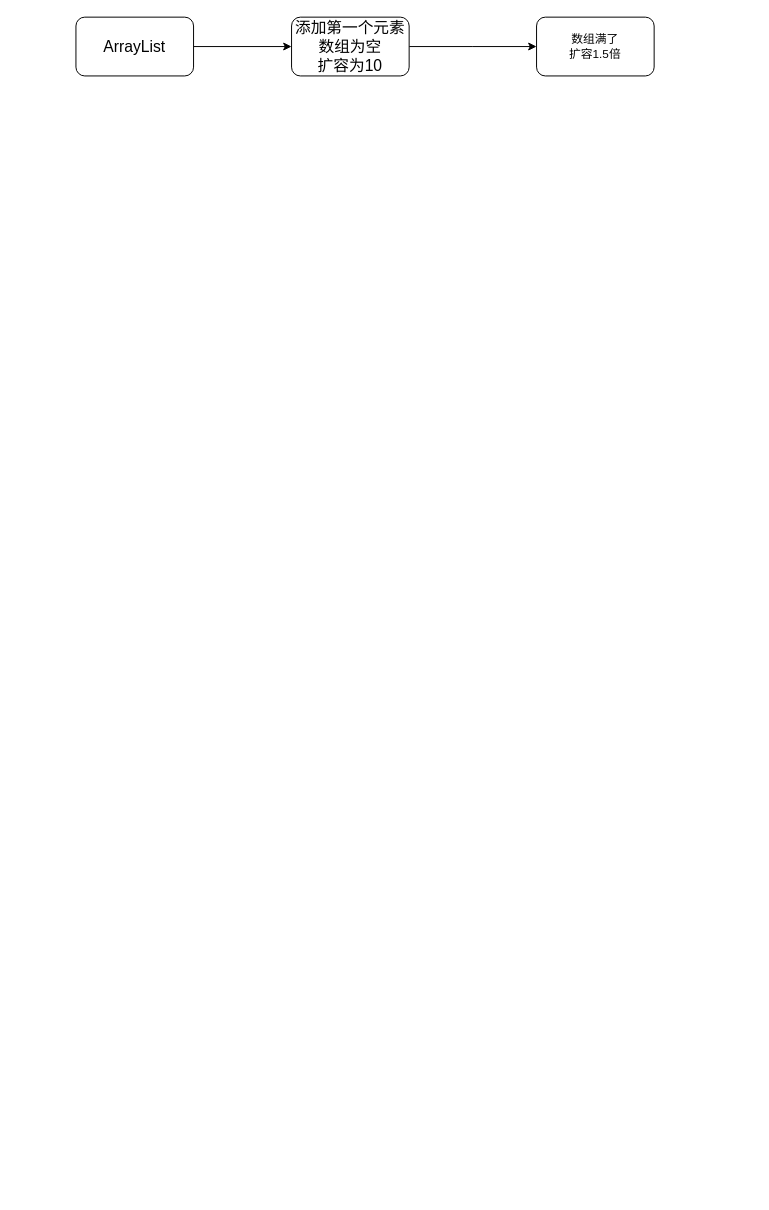
The draw.io diagram Java.drawio in 1155200424/diagrams, before the edit. Source tidied: cells renumbered, new cells numbered last; positions are measured from the earlier drawing's top-left corner, leaving out a move shared by most shapes. Both pictures are drawn from the tidied source at 98%, with x=0, y=0 at pixel (75, 17).
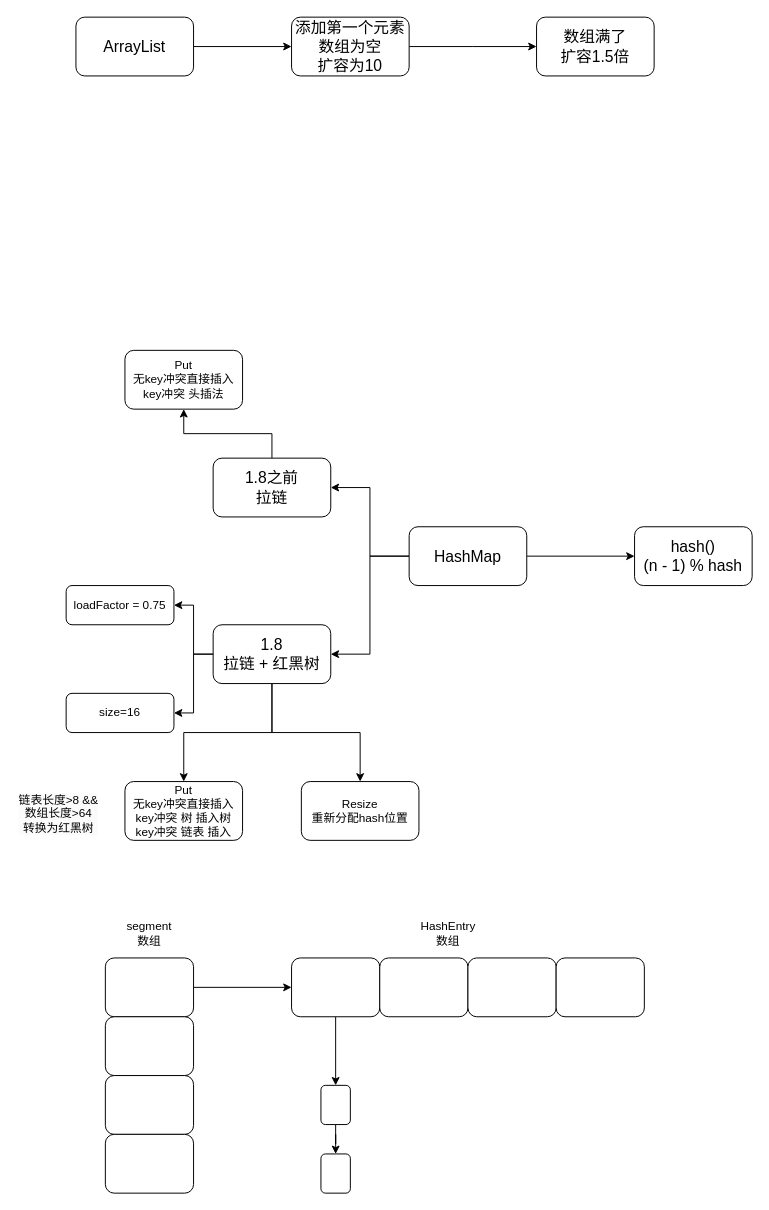
After the change.

The edit, as a diff of the source:
```diff
@@
-    <mxCell id="6" value="数组满了&lt;div&gt;扩容1.5倍&lt;/div&gt;" style="rounded=1;whiteSpace=wrap;html=1;" parent="1" vertex="1">
+    <mxCell id="6" value="数组满了&lt;div style=&quot;font-size: 16px;&quot;&gt;扩容1.5倍&lt;/div&gt;" style="rounded=1;whiteSpace=wrap;html=1;fontSize=16;" parent="1" vertex="1">
       <mxGeometry x="470" width="120" height="60" as="geometry" />
     </mxCell>
+    <mxCell id="7" style="edgeStyle=orthogonalEdgeStyle;rounded=0;jettySize=auto;html=1;exitX=1;exitY=0.5;exitDx=0;exitDy=0;" parent="1" edge="1" source="10" target="11">
+      <mxGeometry relative="1" as="geometry" />
+    </mxCell>
+    <mxCell id="8" style="edgeStyle=orthogonalEdgeStyle;rounded=0;jettySize=auto;html=1;exitX=0;exitY=0.5;exitDx=0;exitDy=0;entryX=1;entryY=0.5;entryDx=0;entryDy=0;" parent="1" edge="1" source="10" target="13">
+      <mxGeometry relative="1" as="geometry" />
+    </mxCell>
+    <mxCell id="9" style="edgeStyle=orthogonalEdgeStyle;rounded=0;jettySize=auto;html=1;exitX=0;exitY=0.5;exitDx=0;exitDy=0;entryX=1;entryY=0.5;entryDx=0;entryDy=0;" parent="1" edge="1" source="10" target="18">
+      <mxGeometry relative="1" as="geometry" />
+    </mxCell>
+    <mxCell id="10" value="HashMap" style="rounded=1;whiteSpace=wrap;html=1;fontSize=16;" parent="1" vertex="1">
+      <mxGeometry x="340" y="520" width="120" height="60" as="geometry" />
+    </mxCell>
+    <mxCell id="11" value="hash()&lt;div&gt;(n - 1) % hash&lt;/div&gt;" style="rounded=1;whiteSpace=wrap;html=1;fontSize=16;" parent="1" vertex="1">
+      <mxGeometry x="570" y="520" width="120" height="60" as="geometry" />
+    </mxCell>
+    <mxCell id="12" style="edgeStyle=orthogonalEdgeStyle;rounded=0;jettySize=auto;html=1;exitX=0.5;exitY=0;exitDx=0;exitDy=0;entryX=0.5;entryY=1;entryDx=0;entryDy=0;" parent="1" edge="1" source="13" target="22">
+      <mxGeometry relative="1" as="geometry" />
+    </mxCell>
+    <mxCell id="13" value="&lt;div style=&quot;font-size: 16px;&quot;&gt;1.8之前&lt;/div&gt;拉链" style="rounded=1;whiteSpace=wrap;html=1;fontSize=16;" parent="1" vertex="1">
+      <mxGeometry x="140" y="450" width="120" height="60" as="geometry" />
+    </mxCell>
+    <mxCell id="14" style="edgeStyle=orthogonalEdgeStyle;rounded=0;jettySize=auto;html=1;exitX=0;exitY=0.5;exitDx=0;exitDy=0;entryX=1;entryY=0.5;entryDx=0;entryDy=0;" parent="1" edge="1" source="18" target="19">
+      <mxGeometry relative="1" as="geometry" />
+    </mxCell>
+    <mxCell id="15" style="edgeStyle=orthogonalEdgeStyle;rounded=0;jettySize=auto;html=1;exitX=0;exitY=0.5;exitDx=0;exitDy=0;entryX=1;entryY=0.5;entryDx=0;entryDy=0;" parent="1" edge="1" source="18" target="20">
+      <mxGeometry relative="1" as="geometry" />
+    </mxCell>
+    <mxCell id="16" style="edgeStyle=orthogonalEdgeStyle;rounded=0;jettySize=auto;html=1;exitX=0.5;exitY=1;exitDx=0;exitDy=0;entryX=0.5;entryY=0;entryDx=0;entryDy=0;" parent="1" edge="1" source="18" target="21">
+      <mxGeometry relative="1" as="geometry" />
+    </mxCell>
+    <mxCell id="17" style="edgeStyle=orthogonalEdgeStyle;rounded=0;jettySize=auto;html=1;exitX=0.5;exitY=1;exitDx=0;exitDy=0;" parent="1" edge="1" source="18" target="23">
+      <mxGeometry relative="1" as="geometry" />
+    </mxCell>
+    <mxCell id="18" value="&lt;div style=&quot;font-size: 16px;&quot;&gt;1.8&lt;/div&gt;拉链 + 红黑树" style="rounded=1;whiteSpace=wrap;html=1;fontSize=16;" parent="1" vertex="1">
+      <mxGeometry x="140" y="620" width="120" height="60" as="geometry" />
+    </mxCell>
+    <mxCell id="19" value="loadFactor = 0.75" style="rounded=1;whiteSpace=wrap;html=1;" parent="1" vertex="1">
+      <mxGeometry x="-10" y="580" width="110" height="40" as="geometry" />
+    </mxCell>
+    <mxCell id="20" value="size=16" style="rounded=1;whiteSpace=wrap;html=1;" parent="1" vertex="1">
+      <mxGeometry x="-10" y="690" width="110" height="40" as="geometry" />
+    </mxCell>
+    <mxCell id="21" value="Put&lt;div style=&quot;font-size: 12px;&quot;&gt;&lt;/div&gt;&lt;div style=&quot;font-size: 12px;&quot;&gt;无key冲突直接插入&lt;/div&gt;&lt;div style=&quot;font-size: 12px;&quot;&gt;key冲突 树 插入树&lt;/div&gt;&lt;div style=&quot;font-size: 12px;&quot;&gt;key冲突 链表 插入&lt;/div&gt;" style="rounded=1;whiteSpace=wrap;html=1;fontSize=12;" parent="1" vertex="1">
+      <mxGeometry x="50" y="780" width="120" height="60" as="geometry" />
+    </mxCell>
+    <mxCell id="22" value="Put&lt;div style=&quot;font-size: 12px;&quot;&gt;&lt;/div&gt;&lt;div style=&quot;font-size: 12px;&quot;&gt;无key冲突直接插入&lt;/div&gt;&lt;div style=&quot;font-size: 12px;&quot;&gt;key冲突 头插法&lt;/div&gt;" style="rounded=1;whiteSpace=wrap;html=1;fontSize=12;" parent="1" vertex="1">
+      <mxGeometry x="50" y="340" width="120" height="60" as="geometry" />
+    </mxCell>
+    <mxCell id="23" value="&lt;div style=&quot;font-size: 12px;&quot;&gt;&lt;/div&gt;&lt;div style=&quot;font-size: 12px;&quot;&gt;Resize&lt;/div&gt;&lt;div style=&quot;font-size: 12px;&quot;&gt;重新分配hash位置&lt;/div&gt;" style="rounded=1;whiteSpace=wrap;html=1;fontSize=12;" parent="1" vertex="1">
+      <mxGeometry x="230" y="780" width="120" height="60" as="geometry" />
+    </mxCell>
+    <mxCell id="24" value="&lt;div style=&quot;color: rgb(0, 0, 0); font-family: Helvetica; font-size: 12px; font-style: normal; font-variant-ligatures: normal; font-variant-caps: normal; font-weight: 400; letter-spacing: normal; orphans: 2; text-align: center; text-indent: 0px; text-transform: none; widows: 2; word-spacing: 0px; -webkit-text-stroke-width: 0px; white-space: normal; background-color: rgb(251, 251, 251); text-decoration-thickness: initial; text-decoration-style: initial; text-decoration-color: initial;&quot;&gt;链表长度&amp;gt;8 &amp;amp;&amp;amp;&lt;/div&gt;&lt;div style=&quot;color: rgb(0, 0, 0); font-family: Helvetica; font-size: 12px; font-style: normal; font-variant-ligatures: normal; font-variant-caps: normal; font-weight: 400; letter-spacing: normal; orphans: 2; text-align: center; text-indent: 0px; text-transform: none; widows: 2; word-spacing: 0px; -webkit-text-stroke-width: 0px; white-space: normal; background-color: rgb(251, 251, 251); text-decoration-thickness: initial; text-decoration-style: initial; text-decoration-color: initial;&quot;&gt;数组长度&amp;gt;64&lt;/div&gt;&lt;div style=&quot;color: rgb(0, 0, 0); font-family: Helvetica; font-size: 12px; font-style: normal; font-variant-ligatures: normal; font-variant-caps: normal; font-weight: 400; letter-spacing: normal; orphans: 2; text-align: center; text-indent: 0px; text-transform: none; widows: 2; word-spacing: 0px; -webkit-text-stroke-width: 0px; white-space: normal; background-color: rgb(251, 251, 251); text-decoration-thickness: initial; text-decoration-style: initial; text-decoration-color: initial;&quot;&gt;转换为红黑树&lt;/div&gt;" style="text;whiteSpace=wrap;html=1;" parent="1" vertex="1">
+      <mxGeometry x="-60" y="785" width="90" height="50" as="geometry" />
+    </mxCell>
+    <mxCell id="25" style="edgeStyle=orthogonalEdgeStyle;rounded=0;jettySize=auto;html=1;exitX=1;exitY=0.5;exitDx=0;exitDy=0;" parent="1" edge="1" source="26" target="32">
+      <mxGeometry relative="1" as="geometry" />
+    </mxCell>
+    <mxCell id="26" style="rounded=1;whiteSpace=wrap;html=1;" parent="1" vertex="1">
+      <mxGeometry x="30" y="960" width="90" height="60" as="geometry" />
+    </mxCell>
+    <mxCell id="27" style="rounded=1;whiteSpace=wrap;html=1;" parent="1" vertex="1">
+      <mxGeometry x="30" y="1020" width="90" height="60" as="geometry" />
+    </mxCell>
+    <mxCell id="28" style="rounded=1;whiteSpace=wrap;html=1;" parent="1" vertex="1">
+      <mxGeometry x="30" y="1080" width="90" height="60" as="geometry" />
+    </mxCell>
+    <mxCell id="29" style="rounded=1;whiteSpace=wrap;html=1;" parent="1" vertex="1">
+      <mxGeometry x="30" y="1140" width="90" height="60" as="geometry" />
+    </mxCell>
+    <mxCell id="30" value="segment数组" style="text;html=1;align=center;verticalAlign=middle;whiteSpace=wrap;rounded=0;" parent="1" vertex="1">
+      <mxGeometry x="45" y="920" width="60" height="30" as="geometry" />
+    </mxCell>
+    <mxCell id="31" style="edgeStyle=orthogonalEdgeStyle;rounded=0;jettySize=auto;html=1;exitX=0.5;exitY=1;exitDx=0;exitDy=0;" parent="1" edge="1" source="32">
+      <mxGeometry relative="1" as="geometry">
+        <mxPoint x="265" y="1090" as="targetPoint" />
+      </mxGeometry>
+    </mxCell>
+    <mxCell id="32" style="rounded=1;whiteSpace=wrap;html=1;" parent="1" vertex="1">
+      <mxGeometry x="220" y="960" width="90" height="60" as="geometry" />
+    </mxCell>
+    <mxCell id="33" style="rounded=1;whiteSpace=wrap;html=1;" parent="1" vertex="1">
+      <mxGeometry x="310" y="960" width="90" height="60" as="geometry" />
+    </mxCell>
+    <mxCell id="34" style="rounded=1;whiteSpace=wrap;html=1;" parent="1" vertex="1">
+      <mxGeometry x="400" y="960" width="90" height="60" as="geometry" />
+    </mxCell>
+    <mxCell id="35" style="rounded=1;whiteSpace=wrap;html=1;" parent="1" vertex="1">
+      <mxGeometry x="490" y="960" width="90" height="60" as="geometry" />
+    </mxCell>
+    <mxCell id="36" value="HashEntry&lt;div&gt;数组&lt;/div&gt;" style="text;html=1;align=center;verticalAlign=middle;whiteSpace=wrap;rounded=0;" parent="1" vertex="1">
+      <mxGeometry x="350" y="920" width="60" height="30" as="geometry" />
+    </mxCell>
+    <mxCell id="37" style="edgeStyle=orthogonalEdgeStyle;rounded=0;jettySize=auto;html=1;exitX=0.5;exitY=1;exitDx=0;exitDy=0;" parent="1" edge="1" source="38" target="39">
+      <mxGeometry relative="1" as="geometry" />
+    </mxCell>
+    <mxCell id="38" style="rounded=1;whiteSpace=wrap;html=1;" parent="1" vertex="1">
+      <mxGeometry x="250" y="1090" width="30" height="40" as="geometry" />
+    </mxCell>
+    <mxCell id="39" style="rounded=1;whiteSpace=wrap;html=1;" parent="1" vertex="1">
+      <mxGeometry x="250" y="1160" width="30" height="40" as="geometry" />
+    </mxCell>
```
